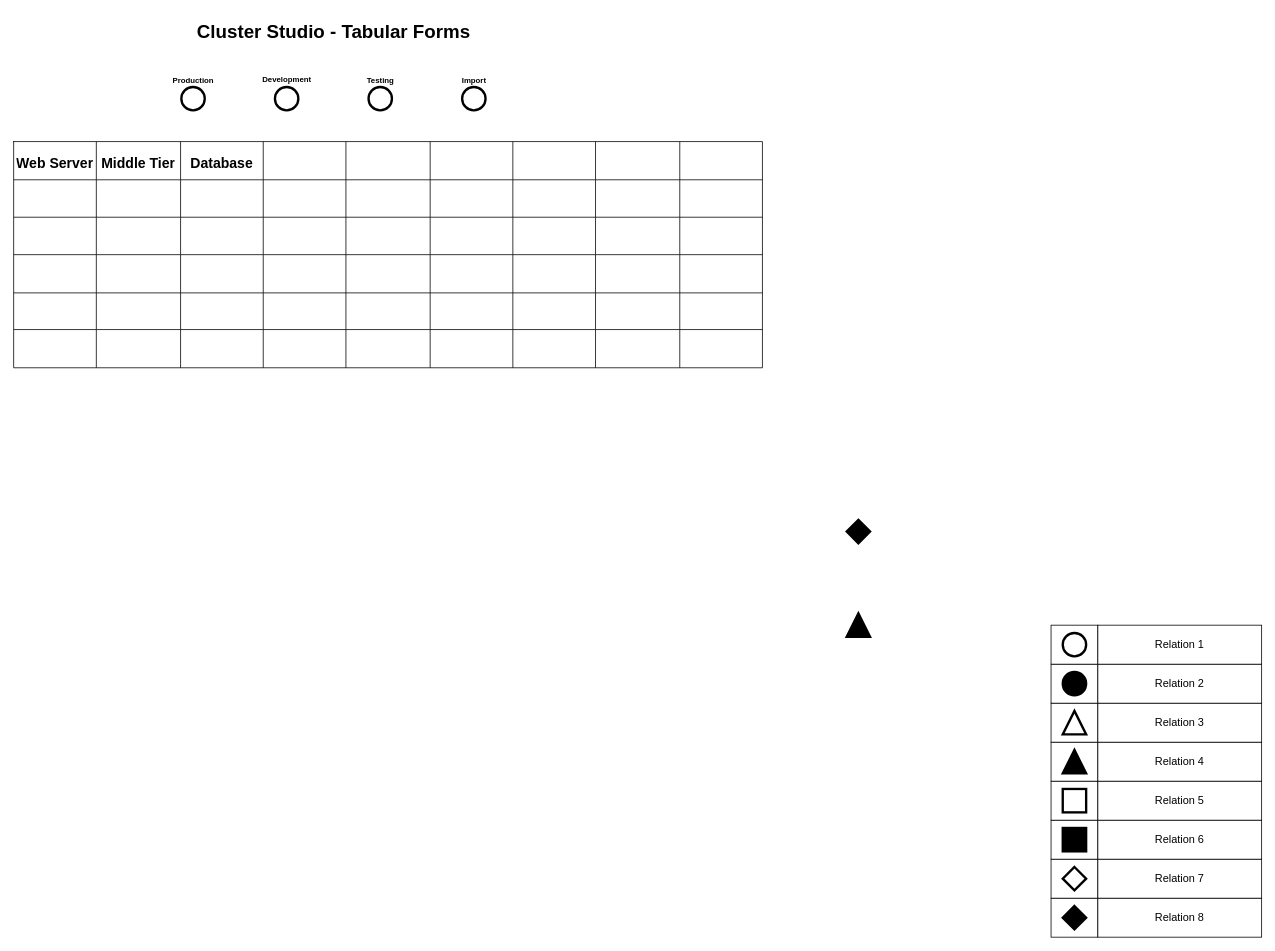
Before: Untitled Diagram.drawio in rizwan0612/TestProject, a draw.io diagram. Source tidied: cells renumbered, new cells numbered last; positions are measured from the earlier drawing's top-left corner, leaving out a move shared by most shapes. Both pictures are drawn from the tidied source at 78%, with x=0, y=0 at pixel (13, 16).
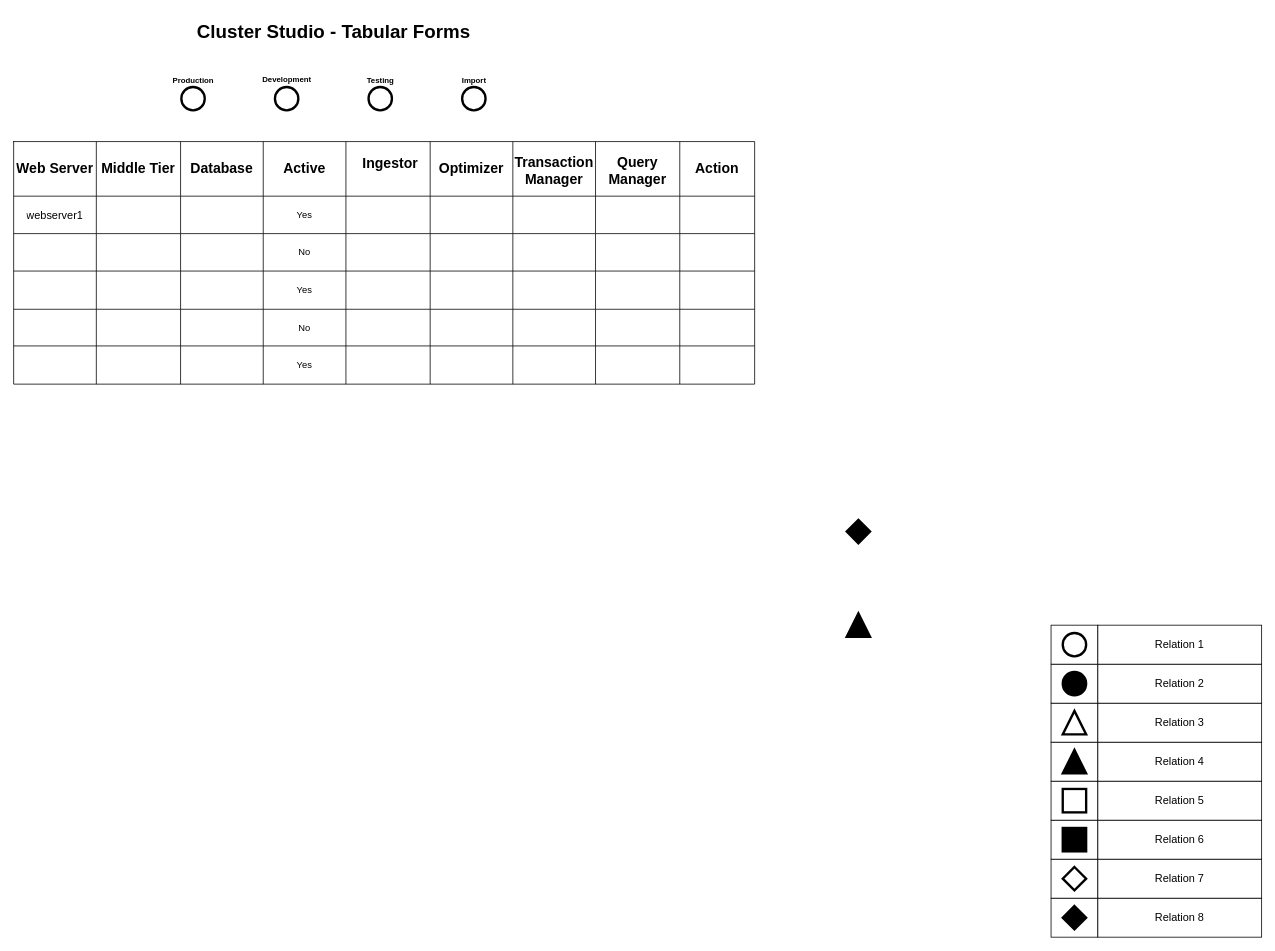
After the change.

Commit message:
Cluster Studio

The edit, as a diff of the source:
```diff
@@
     <mxCell id="2" style="shape=table;html=1;whiteSpace=wrap;startSize=0;childLayout=tableLayout;" parent="1" vertex="1">
-      <mxGeometry y="160" width="960" height="290" as="geometry" />
+      <mxGeometry y="160" width="950" height="311" as="geometry" />
     </mxCell>
     <mxCell id="3" style="shape=partialRectangle;html=1;whiteSpace=wrap;fillColor=none;top=0;left=0;bottom=0;right=0;" parent="2" vertex="1">
-      <mxGeometry width="960" height="49" as="geometry" />
+      <mxGeometry width="950" height="70" as="geometry" />
     </mxCell>
     <mxCell id="4" value="&lt;h2&gt;Web Server&lt;/h2&gt;" style="shape=partialRectangle;html=1;whiteSpace=wrap;overflow=hidden;fillColor=none;top=0;left=0;bottom=0;right=0;" parent="3" vertex="1">
-      <mxGeometry width="106" height="49" as="geometry" />
+      <mxGeometry width="106" height="70" as="geometry" />
     </mxCell>
     <mxCell id="5" value="&lt;h2&gt;Middle Tier&lt;/h2&gt;" style="shape=partialRectangle;html=1;whiteSpace=wrap;overflow=hidden;fillColor=none;top=0;left=0;bottom=0;right=0;" parent="3" vertex="1">
-      <mxGeometry x="106" width="108" height="49" as="geometry" />
+      <mxGeometry x="106" width="108" height="70" as="geometry" />
     </mxCell>
     <mxCell id="6" value="&lt;h2&gt;Database&lt;/h2&gt;" style="shape=partialRectangle;html=1;whiteSpace=wrap;overflow=hidden;fillColor=none;top=0;left=0;bottom=0;right=0;" parent="3" vertex="1">
-      <mxGeometry x="214" width="106" height="49" as="geometry" />
+      <mxGeometry x="214" width="106" height="70" as="geometry" />
     </mxCell>
-    <mxCell id="7" style="shape=partialRectangle;html=1;whiteSpace=wrap;overflow=hidden;fillColor=none;top=0;left=0;bottom=0;right=0;" parent="3" vertex="1">
-      <mxGeometry x="320" width="106" height="49" as="geometry" />
+    <mxCell id="7" value="&lt;h2&gt;Active&lt;/h2&gt;" style="shape=partialRectangle;html=1;whiteSpace=wrap;overflow=hidden;fillColor=none;top=0;left=0;bottom=0;right=0;" parent="3" vertex="1">
+      <mxGeometry x="320" width="106" height="70" as="geometry" />
     </mxCell>
-    <mxCell id="8" style="shape=partialRectangle;html=1;whiteSpace=wrap;overflow=hidden;fillColor=none;top=0;left=0;bottom=0;right=0;" parent="3" vertex="1">
-      <mxGeometry x="426" width="108" height="49" as="geometry" />
+    <mxCell id="8" value="&lt;h2&gt;&lt;br&gt;&lt;/h2&gt;" style="shape=partialRectangle;html=1;whiteSpace=wrap;overflow=hidden;fillColor=none;top=0;left=0;bottom=0;right=0;" parent="3" vertex="1">
+      <mxGeometry x="426" width="108" height="70" as="geometry" />
     </mxCell>
-    <mxCell id="9" style="shape=partialRectangle;html=1;whiteSpace=wrap;overflow=hidden;fillColor=none;top=0;left=0;bottom=0;right=0;" parent="3" vertex="1">
-      <mxGeometry x="534" width="106" height="49" as="geometry" />
+    <mxCell id="9" value="&lt;h2&gt;Optimizer&lt;/h2&gt;" style="shape=partialRectangle;html=1;whiteSpace=wrap;overflow=hidden;fillColor=none;top=0;left=0;bottom=0;right=0;" parent="3" vertex="1">
+      <mxGeometry x="534" width="106" height="70" as="geometry" />
     </mxCell>
-    <mxCell id="10" style="shape=partialRectangle;html=1;whiteSpace=wrap;overflow=hidden;fillColor=none;top=0;left=0;bottom=0;right=0;" parent="3" vertex="1">
-      <mxGeometry x="640" width="106" height="49" as="geometry" />
+    <mxCell id="10" value="&lt;h2&gt;Transaction Manager&lt;/h2&gt;" style="shape=partialRectangle;html=1;whiteSpace=wrap;overflow=hidden;fillColor=none;top=0;left=0;bottom=0;right=0;" parent="3" vertex="1">
+      <mxGeometry x="640" width="106" height="70" as="geometry" />
     </mxCell>
-    <mxCell id="11" style="shape=partialRectangle;html=1;whiteSpace=wrap;overflow=hidden;fillColor=none;top=0;left=0;bottom=0;right=0;" parent="3" vertex="1">
-      <mxGeometry x="746" width="108" height="49" as="geometry" />
+    <mxCell id="11" value="&lt;h2&gt;Query Manager&lt;/h2&gt;" style="shape=partialRectangle;html=1;whiteSpace=wrap;overflow=hidden;fillColor=none;top=0;left=0;bottom=0;right=0;" parent="3" vertex="1">
+      <mxGeometry x="746" width="108" height="70" as="geometry" />
     </mxCell>
-    <mxCell id="12" style="shape=partialRectangle;html=1;whiteSpace=wrap;overflow=hidden;fillColor=none;top=0;left=0;bottom=0;right=0;" parent="3" vertex="1">
-      <mxGeometry x="854" width="106" height="49" as="geometry" />
+    <mxCell id="12" value="&lt;h2&gt;Action&lt;/h2&gt;" style="shape=partialRectangle;html=1;whiteSpace=wrap;overflow=hidden;fillColor=none;top=0;left=0;bottom=0;right=0;" parent="3" vertex="1">
+      <mxGeometry x="854" width="96" height="70" as="geometry" />
     </mxCell>
     <mxCell id="13" style="shape=partialRectangle;html=1;whiteSpace=wrap;fillColor=none;top=0;left=0;bottom=0;right=0;" parent="2" vertex="1">
-      <mxGeometry y="49" width="960" height="48" as="geometry" />
+      <mxGeometry y="70" width="950" height="48" as="geometry" />
     </mxCell>
-    <mxCell id="14" value="&lt;h3&gt;&lt;br&gt;&lt;/h3&gt;" style="shape=partialRectangle;html=1;whiteSpace=wrap;overflow=hidden;fillColor=none;top=0;left=0;bottom=0;right=0;" parent="13" vertex="1">
+    <mxCell id="14" value="&lt;h3&gt;&lt;span style=&quot;font-weight: normal&quot;&gt;webserver1&lt;/span&gt;&lt;/h3&gt;" style="shape=partialRectangle;html=1;whiteSpace=wrap;overflow=hidden;fillColor=none;top=0;left=0;bottom=0;right=0;" parent="13" vertex="1">
       <mxGeometry width="106" height="48" as="geometry" />
     </mxCell>
@@
-    <mxCell id="17" style="shape=partialRectangle;html=1;whiteSpace=wrap;overflow=hidden;fillColor=none;top=0;left=0;bottom=0;right=0;" parent="13" vertex="1">
+    <mxCell id="17" value="Yes" style="shape=partialRectangle;html=1;whiteSpace=wrap;overflow=hidden;fillColor=none;top=0;left=0;bottom=0;right=0;" parent="13" vertex="1">
       <mxGeometry x="320" width="106" height="48" as="geometry" />
     </mxCell>
@@
     <mxCell id="22" style="shape=partialRectangle;html=1;whiteSpace=wrap;overflow=hidden;fillColor=none;top=0;left=0;bottom=0;right=0;" parent="13" vertex="1">
-      <mxGeometry x="854" width="106" height="48" as="geometry" />
+      <mxGeometry x="854" width="96" height="48" as="geometry" />
     </mxCell>
     <mxCell id="23" style="shape=partialRectangle;html=1;whiteSpace=wrap;fillColor=none;top=0;left=0;bottom=0;right=0;" parent="2" vertex="1">
-      <mxGeometry y="97" width="960" height="48" as="geometry" />
+      <mxGeometry y="118" width="950" height="48" as="geometry" />
     </mxCell>
@@
-    <mxCell id="27" style="shape=partialRectangle;html=1;whiteSpace=wrap;overflow=hidden;fillColor=none;top=0;left=0;bottom=0;right=0;" parent="23" vertex="1">
+    <mxCell id="27" value="No" style="shape=partialRectangle;html=1;whiteSpace=wrap;overflow=hidden;fillColor=none;top=0;left=0;bottom=0;right=0;" parent="23" vertex="1">
       <mxGeometry x="320" width="106" height="48" as="geometry" />
     </mxCell>
@@
     <mxCell id="32" style="shape=partialRectangle;html=1;whiteSpace=wrap;overflow=hidden;fillColor=none;top=0;left=0;bottom=0;right=0;" parent="23" vertex="1">
-      <mxGeometry x="854" width="106" height="48" as="geometry" />
+      <mxGeometry x="854" width="96" height="48" as="geometry" />
     </mxCell>
     <mxCell id="33" style="shape=partialRectangle;html=1;whiteSpace=wrap;fillColor=none;top=0;left=0;bottom=0;right=0;" parent="2" vertex="1">
-      <mxGeometry y="145" width="960" height="49" as="geometry" />
+      <mxGeometry y="166" width="950" height="49" as="geometry" />
     </mxCell>
@@
-    <mxCell id="37" style="shape=partialRectangle;html=1;whiteSpace=wrap;overflow=hidden;fillColor=none;top=0;left=0;bottom=0;right=0;" parent="33" vertex="1">
+    <mxCell id="37" value="Yes" style="shape=partialRectangle;html=1;whiteSpace=wrap;overflow=hidden;fillColor=none;top=0;left=0;bottom=0;right=0;" parent="33" vertex="1">
       <mxGeometry x="320" width="106" height="49" as="geometry" />
     </mxCell>
@@
     <mxCell id="42" style="shape=partialRectangle;html=1;whiteSpace=wrap;overflow=hidden;fillColor=none;top=0;left=0;bottom=0;right=0;" parent="33" vertex="1">
-      <mxGeometry x="854" width="106" height="49" as="geometry" />
+      <mxGeometry x="854" width="96" height="49" as="geometry" />
     </mxCell>
     <mxCell id="43" style="shape=partialRectangle;html=1;whiteSpace=wrap;fillColor=none;top=0;left=0;bottom=0;right=0;" parent="2" vertex="1">
-      <mxGeometry y="194" width="960" height="47" as="geometry" />
+      <mxGeometry y="215" width="950" height="47" as="geometry" />
     </mxCell>
@@
-    <mxCell id="47" style="shape=partialRectangle;html=1;whiteSpace=wrap;overflow=hidden;fillColor=none;top=0;left=0;bottom=0;right=0;" parent="43" vertex="1">
+    <mxCell id="47" value="No" style="shape=partialRectangle;html=1;whiteSpace=wrap;overflow=hidden;fillColor=none;top=0;left=0;bottom=0;right=0;" parent="43" vertex="1">
       <mxGeometry x="320" width="106" height="47" as="geometry" />
     </mxCell>
@@
     <mxCell id="52" style="shape=partialRectangle;html=1;whiteSpace=wrap;overflow=hidden;fillColor=none;top=0;left=0;bottom=0;right=0;" parent="43" vertex="1">
-      <mxGeometry x="854" width="106" height="47" as="geometry" />
+      <mxGeometry x="854" width="96" height="47" as="geometry" />
     </mxCell>
     <mxCell id="53" style="shape=partialRectangle;html=1;whiteSpace=wrap;fillColor=none;top=0;left=0;bottom=0;right=0;" parent="2" vertex="1">
-      <mxGeometry y="241" width="960" height="49" as="geometry" />
+      <mxGeometry y="262" width="950" height="49" as="geometry" />
     </mxCell>
@@
-    <mxCell id="57" style="shape=partialRectangle;html=1;whiteSpace=wrap;overflow=hidden;fillColor=none;top=0;left=0;bottom=0;right=0;" parent="53" vertex="1">
+    <mxCell id="57" value="Yes" style="shape=partialRectangle;html=1;whiteSpace=wrap;overflow=hidden;fillColor=none;top=0;left=0;bottom=0;right=0;" parent="53" vertex="1">
       <mxGeometry x="320" width="106" height="49" as="geometry" />
     </mxCell>
@@
     <mxCell id="62" style="shape=partialRectangle;html=1;whiteSpace=wrap;overflow=hidden;fillColor=none;top=0;left=0;bottom=0;right=0;" parent="53" vertex="1">
-      <mxGeometry x="854" width="106" height="49" as="geometry" />
+      <mxGeometry x="854" width="96" height="49" as="geometry" />
     </mxCell>
@@
+    <mxCell id="98" value="&lt;h2&gt;Ingestor&lt;/h2&gt;" style="shape=partialRectangle;html=1;whiteSpace=wrap;overflow=hidden;fillColor=none;top=0;left=0;bottom=0;right=0;" parent="1" vertex="1">
+      <mxGeometry x="430" y="160" width="106" height="49" as="geometry" />
+    </mxCell>
```
